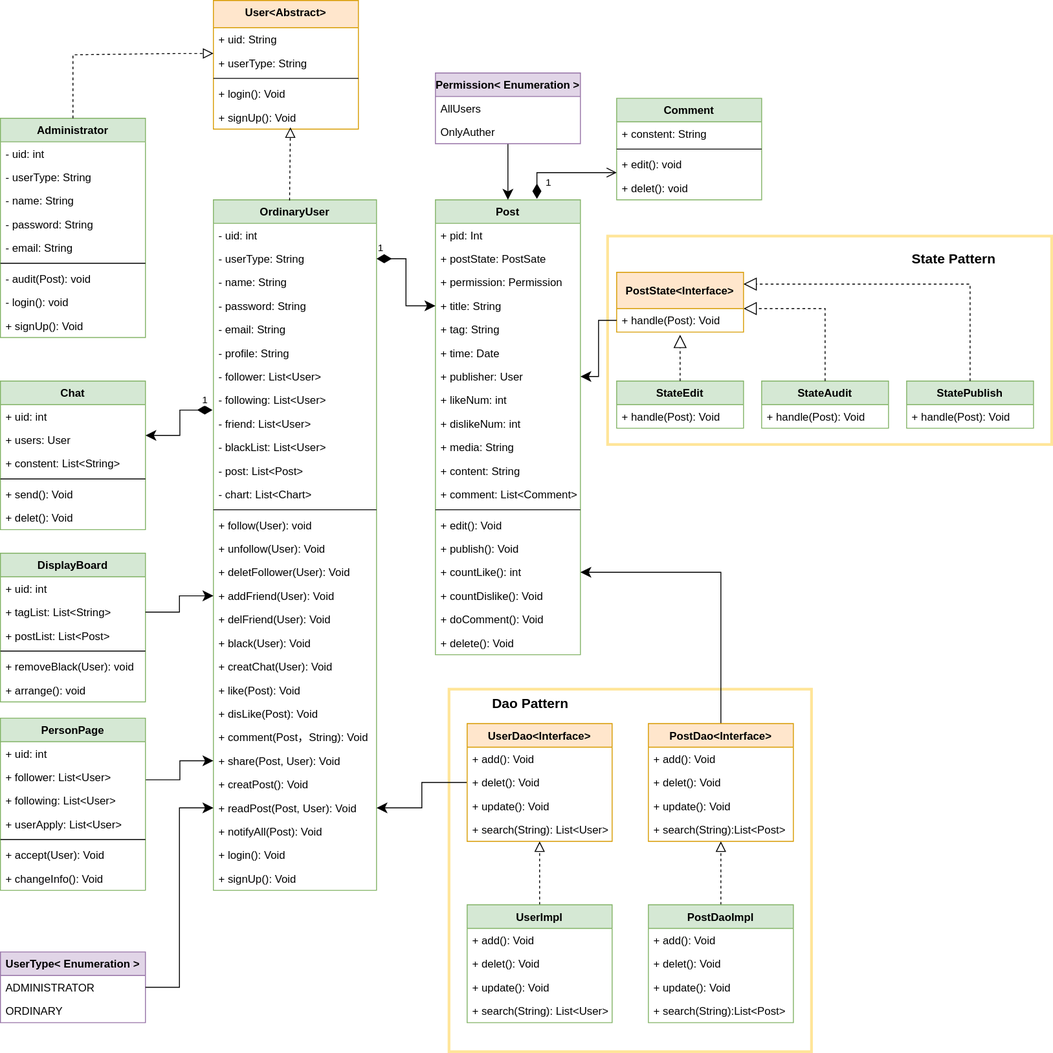
The draw.io diagram Untitled Diagram.drawio.svg in liuqihan/UML, before a commit. Source tidied: cells renumbered, new cells last; positions are measured from the earlier drawing's top-left corner, leaving out a move shared by most shapes.
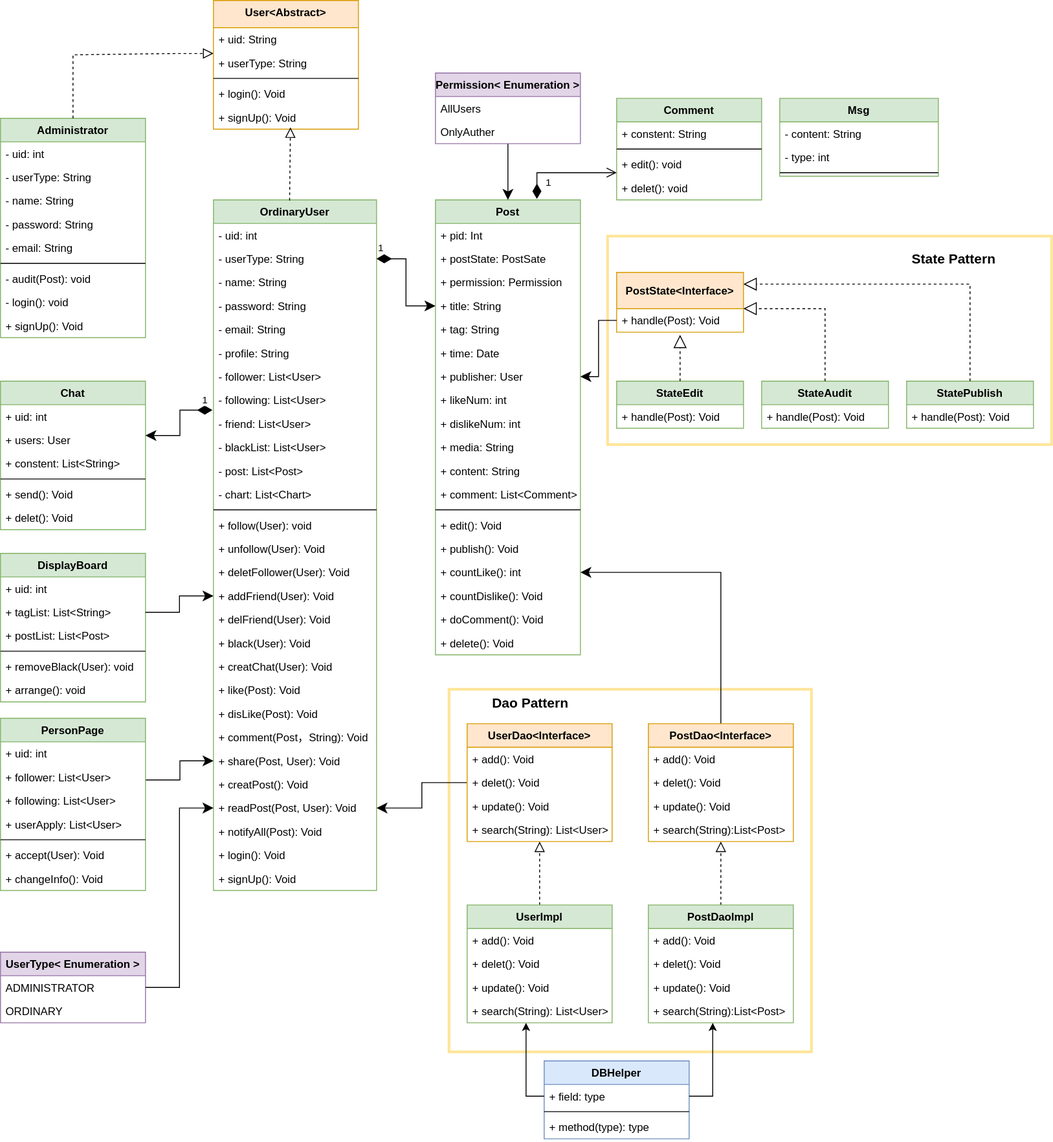
The same diagram one commit later.

What changed in the source:
```diff
@@ -479,5 +479,39 @@
     <mxCell id="149" style="edgeStyle=orthogonalEdgeStyle;rounded=0;jettySize=auto;html=1;entryX=0;entryY=0.5;entryDx=0;entryDy=0;endSize=9;" parent="1" edge="1" source="103" target="31">
       <mxGeometry relative="1" as="geometry" />
     </mxCell>
+    <mxCell id="150" value="Msg" style="swimlane;fontStyle=1;align=center;verticalAlign=top;horizontal=1;startSize=26;fillColor=#d5e8d4;strokeColor=#82b366;" parent="1" vertex="1">
+      <mxGeometry x="860" y="108" width="175" height="86" as="geometry" />
+    </mxCell>
+    <mxCell id="151" value="- content: String" style="text;align=left;verticalAlign=top;spacingLeft=4;spacingRight=4;overflow=hidden;" parent="150" vertex="1">
+      <mxGeometry y="26" width="175" height="26" as="geometry" />
+    </mxCell>
+    <mxCell id="152" value="- type: int" style="text;align=left;verticalAlign=top;spacingLeft=4;spacingRight=4;overflow=hidden;" parent="150" vertex="1">
+      <mxGeometry y="52" width="175" height="26" as="geometry" />
+    </mxCell>
+    <mxCell id="153" style="line;strokeWidth=1;align=left;verticalAlign=middle;spacingTop=-1;spacingLeft=3;spacingRight=3;labelPosition=right;" parent="150" vertex="1">
+      <mxGeometry y="78" width="175" height="8" as="geometry" />
+    </mxCell>
+    <mxCell id="154" value="DBHelper" style="swimlane;fontStyle=1;align=center;verticalAlign=top;horizontal=1;startSize=26;fillColor=#dae8fc;strokeColor=#6c8ebf;" parent="1" vertex="1">
+      <mxGeometry x="600" y="1170" width="160" height="86" as="geometry" />
+    </mxCell>
+    <mxCell id="155" value="+ field: type" style="text;strokeColor=none;fillColor=none;align=left;verticalAlign=top;spacingLeft=4;spacingRight=4;overflow=hidden;points=[[0,0.5],[1,0.5]];portConstraint=eastwest;" parent="154" vertex="1">
+      <mxGeometry y="26" width="160" height="26" as="geometry" />
+    </mxCell>
+    <mxCell id="156" style="line;strokeWidth=1;fillColor=none;align=left;verticalAlign=middle;spacingTop=-1;spacingLeft=3;spacingRight=3;labelPosition=right;" parent="154" vertex="1">
+      <mxGeometry y="52" width="160" height="8" as="geometry" />
+    </mxCell>
+    <mxCell id="157" value="+ method(type): type" style="text;strokeColor=none;fillColor=none;align=left;verticalAlign=top;spacingLeft=4;spacingRight=4;overflow=hidden;" parent="154" vertex="1">
+      <mxGeometry y="60" width="160" height="26" as="geometry" />
+    </mxCell>
+    <mxCell id="158" style="edgeStyle=orthogonalEdgeStyle;rounded=0;jettySize=auto;html=1;entryX=0.444;entryY=1;entryDx=0;entryDy=0;entryPerimeter=0;" parent="1" edge="1" source="155" target="132">
+      <mxGeometry relative="1" as="geometry" />
+    </mxCell>
+    <mxCell id="159" style="edgeStyle=orthogonalEdgeStyle;rounded=0;jettySize=auto;html=1;" parent="1" edge="1" source="155" target="126">
+      <mxGeometry relative="1" as="geometry">
+        <Array as="points">
+          <mxPoint x="580" y="1209" />
+        </Array>
+      </mxGeometry>
+    </mxCell>
   </root>
 </mxGraphModel>
```
